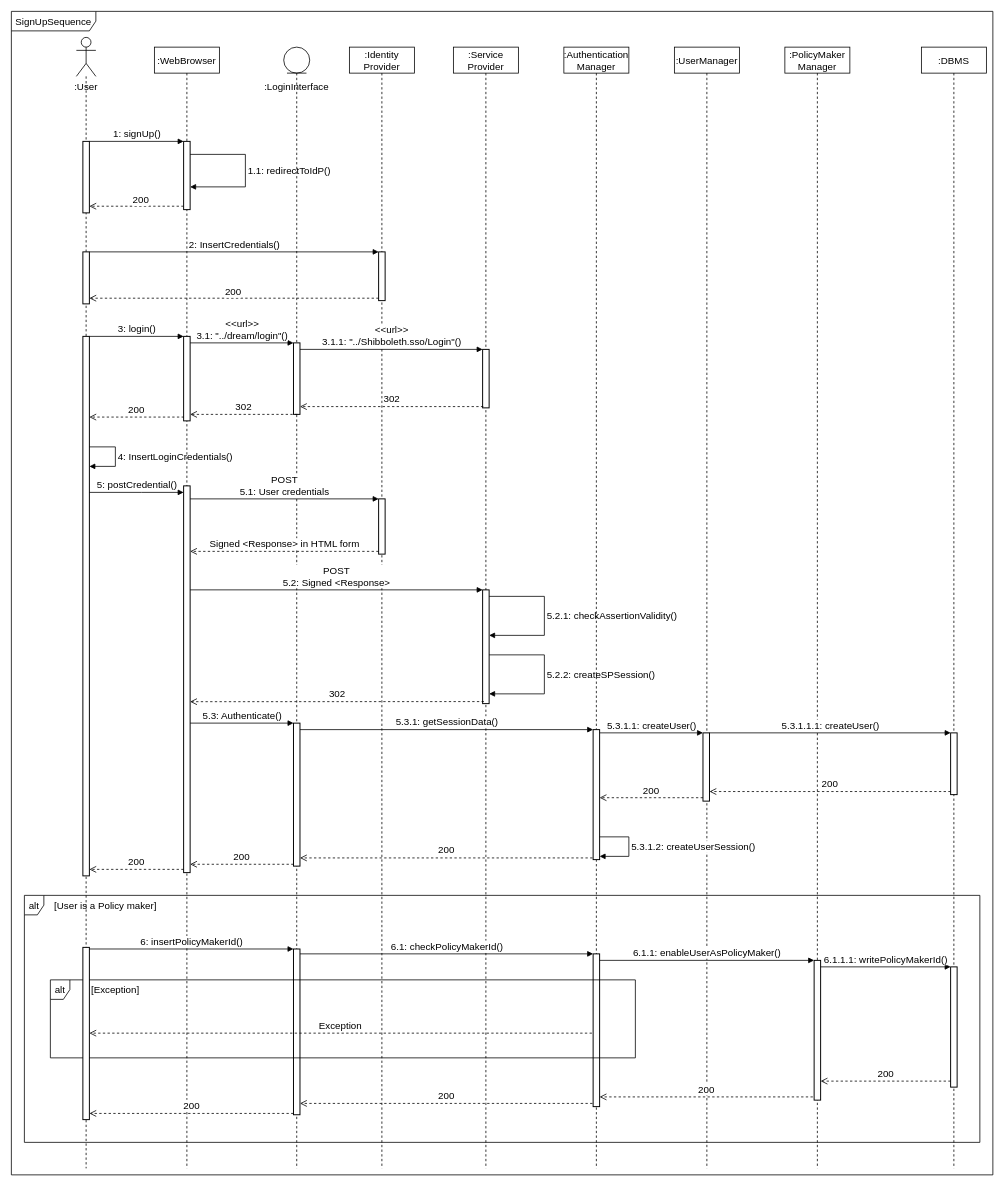
This is page "SignUp" (1 of 18) of DD Diagrams/RunTimeViewDiagram.drawio from matteovisotto/SE2-CecchettoSirianiVisotto, a draw.io file, before an edit. Source tidied: cells renumbered, new cells numbered last; positions are measured from the earlier drawing's top-left corner, leaving out a move shared by most shapes. Both pictures are drawn from the tidied source at 65%, with x=0, y=0 at pixel (11, 11).
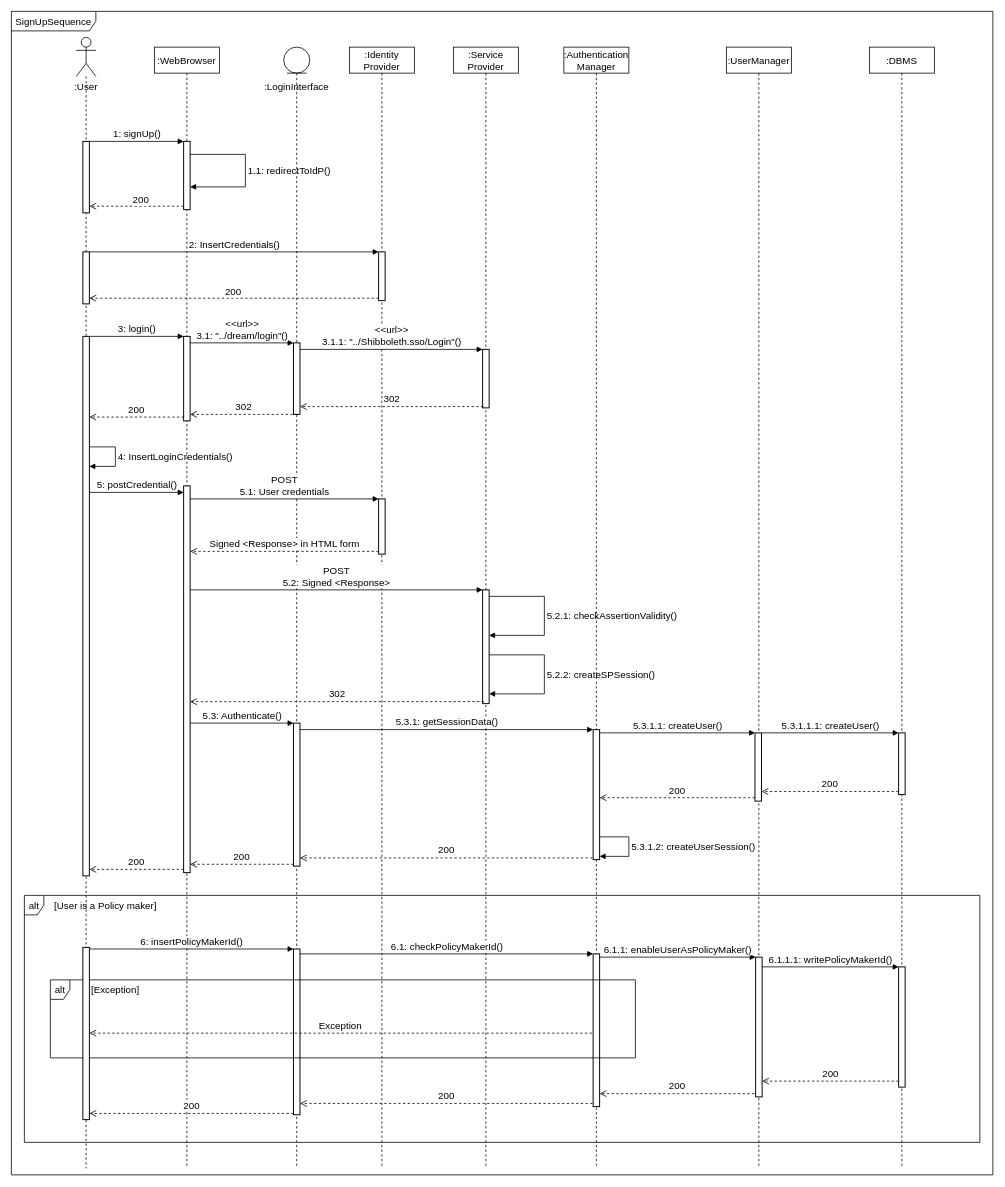
The same page after the edit.

Diff of the diagram source:
```diff
@@
     <mxCell id="4" value=":UserManager" style="shape=umlLifeline;perimeter=lifelinePerimeter;whiteSpace=wrap;html=1;strokeWidth=1.2;fontSize=15;" parent="1" vertex="1">
-      <mxGeometry x="1020" y="55" width="100" height="1725" as="geometry" />
+      <mxGeometry x="1100" y="55" width="100" height="1725" as="geometry" />
     </mxCell>
@@
+    <mxCell id="59" style="html=1;points=[];perimeter=orthogonalPerimeter;fontSize=15;strokeWidth=1.5;" parent="4" vertex="1">
+      <mxGeometry x="45" y="1400" width="10" height="215" as="geometry" />
+    </mxCell>
@@
-    <mxCell id="58" value=":PolicyMaker&lt;br style=&quot;font-size: 15px;&quot;&gt;Manager" style="shape=umlLifeline;perimeter=lifelinePerimeter;whiteSpace=wrap;html=1;strokeWidth=1.2;fontSize=15;" parent="1" vertex="1">
-      <mxGeometry x="1190" y="55" width="100" height="1725" as="geometry" />
-    </mxCell>
-    <mxCell id="59" style="html=1;points=[];perimeter=orthogonalPerimeter;fontSize=15;strokeWidth=1.5;" parent="58" vertex="1">
-      <mxGeometry x="45" y="1405" width="10" height="215" as="geometry" />
-    </mxCell>
     <mxCell id="60" value=":DBMS" style="shape=umlLifeline;perimeter=lifelinePerimeter;whiteSpace=wrap;html=1;strokeWidth=1.2;fontSize=15;" parent="1" vertex="1">
-      <mxGeometry x="1400" y="55" width="100" height="1725" as="geometry" />
+      <mxGeometry x="1320" y="55" width="100" height="1725" as="geometry" />
     </mxCell>
```
